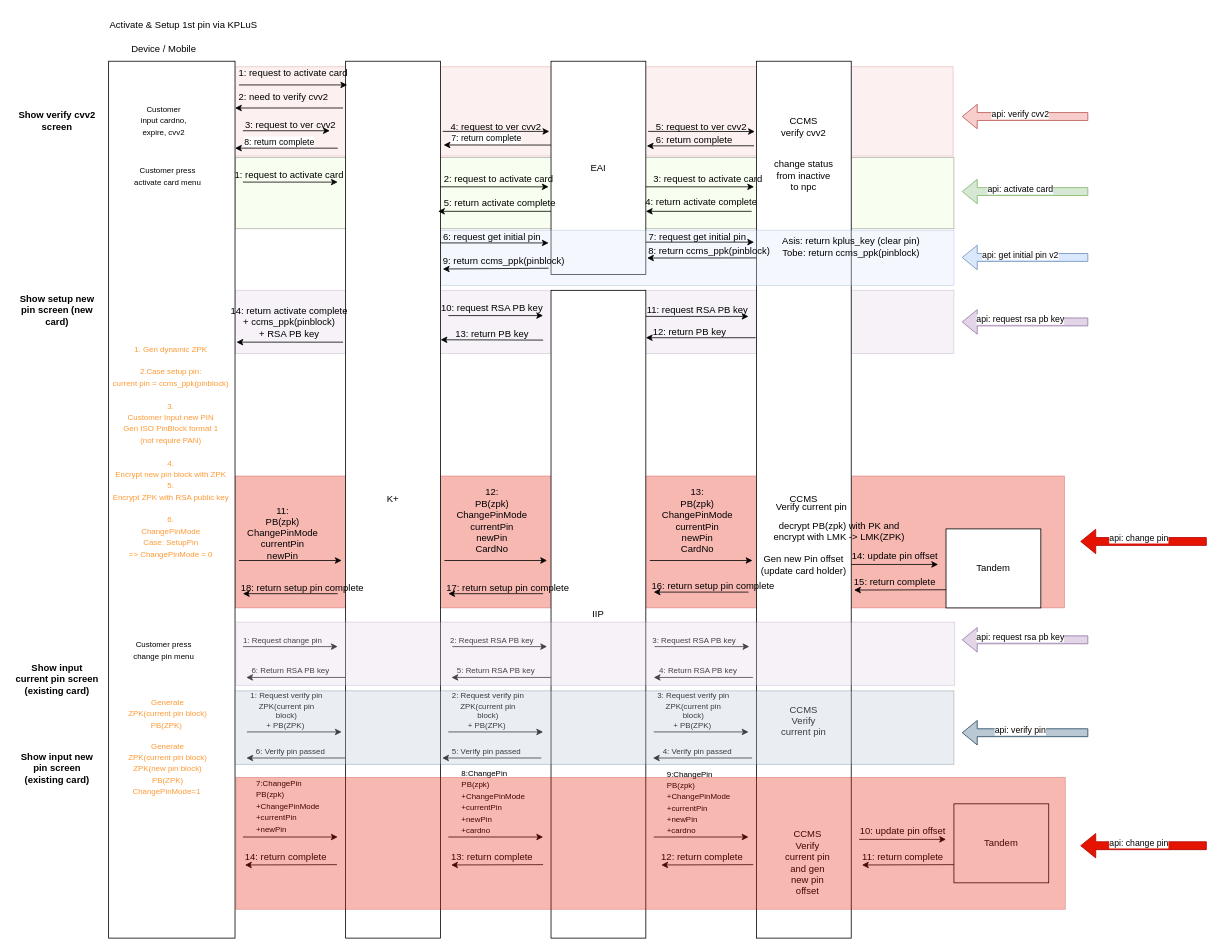
The draw.io diagram page "KPlus_ChangePin" (2 of 2) of CCMS_Project.drawio in chawaratr/drawio, before the edit. Source tidied: cells renumbered, new cells numbered last; positions are measured from the earlier drawing's top-left corner, leaving out a move shared by most shapes. Both pictures are drawn from the tidied source at 79%, with x=0, y=0 at pixel (13, 13).
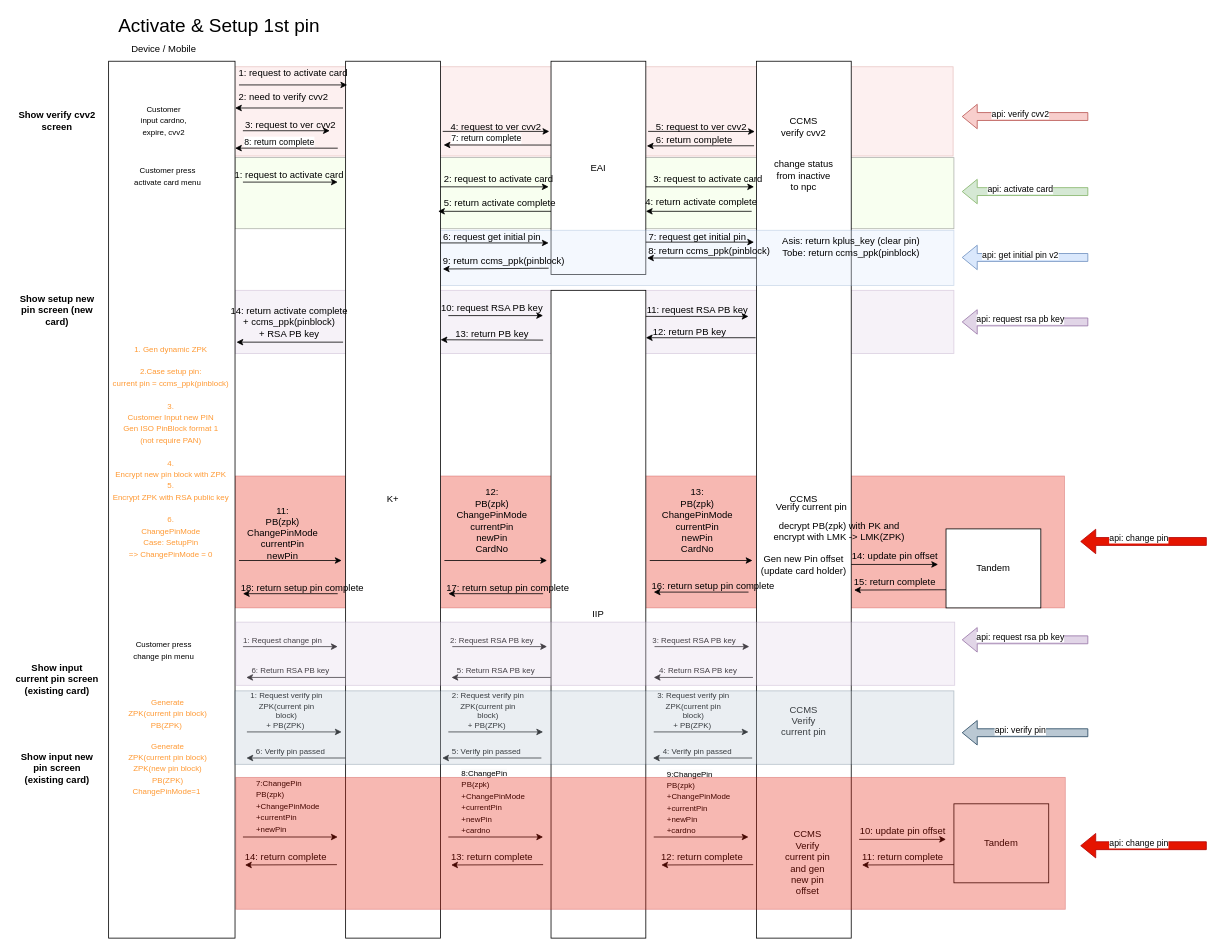
After the change.

Diff of the diagram source:
```diff
@@
-    <mxCell id="10" value="Activate &amp;amp; Setup 1st pin via KPLuS" style="text;html=1;align=center;verticalAlign=middle;whiteSpace=wrap;rounded=0;" parent="1" vertex="1">
-      <mxGeometry x="110" width="210" height="30" as="geometry" />
+    <mxCell id="10" value="&lt;font style=&quot;font-size: 24px;&quot;&gt;Activate &amp;amp; Setup 1st pin&lt;/font&gt;" style="text;html=1;align=center;verticalAlign=middle;whiteSpace=wrap;rounded=0;" parent="1" vertex="1">
+      <mxGeometry x="110" width="300" height="30" as="geometry" />
     </mxCell>
```
